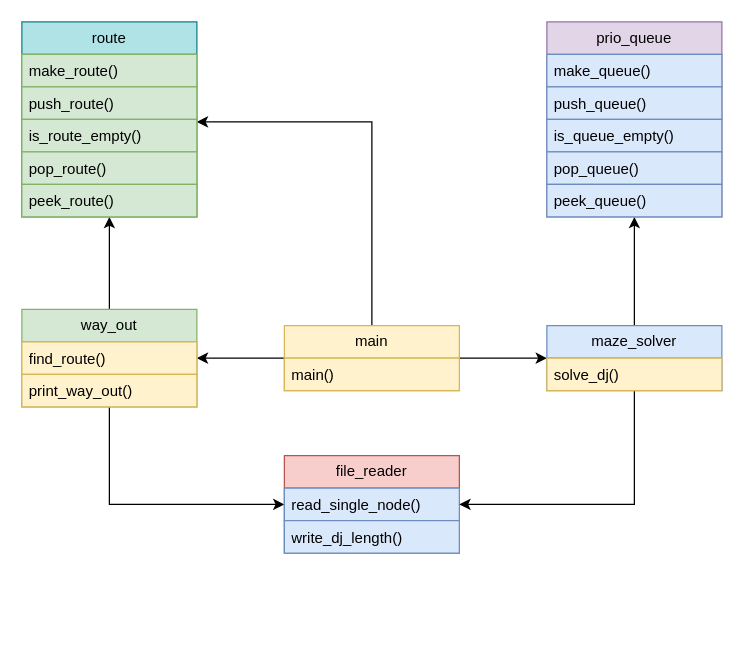
Above: modules.drawio in ATTWGRAT/A-MAZE-ING (draw.io), before the change. Source tidied: cells renumbered, new cells numbered last; positions are measured from the earlier drawing's top-left corner, leaving out a move shared by most shapes. Both pictures are drawn from the tidied source at 125%, with x=0, y=0 at pixel (21, 21).
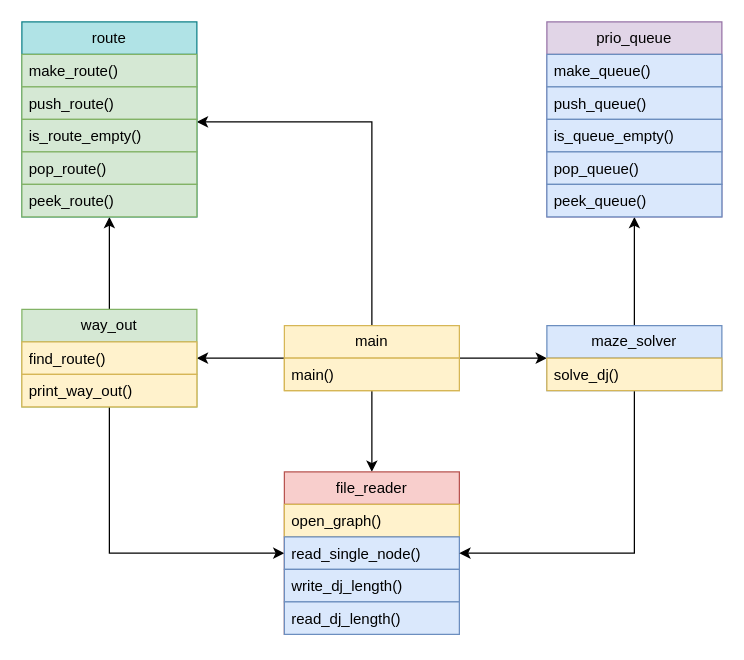
The same diagram, later.

Unchanged cells that the change refers to:
```xml
<mxCell id="5" value="main" style="swimlane;fontStyle=0;horizontal=1;startSize=26;fillColor=#fff2cc;whiteSpace=wrap;html=1;strokeColor=#d6b656;" parent="1" vertex="1">
  <mxGeometry x="210" y="243" width="140" height="52" as="geometry" />
</mxCell>
<mxCell id="9" value="way_out" style="swimlane;fontStyle=0;horizontal=1;startSize=26;fillColor=#d5e8d4;whiteSpace=wrap;html=1;strokeColor=#82b366;" parent="1" vertex="1">
  <mxGeometry y="230" width="140" height="78" as="geometry" />
</mxCell>
```

The edit, as a diff of the source:
```diff
@@
+    <mxCell id="31" style="edgeStyle=orthogonalEdgeStyle;rounded=0;jettySize=auto;html=1;" parent="1" edge="1" source="5" target="18">
+      <mxGeometry relative="1" as="geometry" />
+    </mxCell>
@@
     <mxCell id="8" style="edgeStyle=orthogonalEdgeStyle;rounded=0;jettySize=auto;html=1;" parent="1" edge="1" source="9" target="19">
-      <mxGeometry relative="1" as="geometry">
-        <Array as="points">
-          <mxPoint x="70" y="386" />
-        </Array>
-      </mxGeometry>
+      <mxGeometry relative="1" as="geometry" />
     </mxCell>
@@
     <mxCell id="18" value="file_reader" style="swimlane;fontStyle=0;horizontal=1;startSize=26;fillColor=#f8cecc;whiteSpace=wrap;html=1;strokeColor=#b85450;" parent="1" vertex="1">
-      <mxGeometry x="210" y="347" width="140" height="78" as="geometry" />
+      <mxGeometry x="210" y="360" width="140" height="130" as="geometry" />
     </mxCell>
+    <mxCell id="32" value="open_graph()" style="text;strokeColor=#d6b656;fillColor=#fff2cc;align=left;verticalAlign=top;spacingLeft=4;spacingRight=4;overflow=hidden;whiteSpace=wrap;html=1;" parent="18" vertex="1">
+      <mxGeometry y="26" width="140" height="26" as="geometry" />
+    </mxCell>
     <mxCell id="19" value="read_single_node()" style="text;strokeColor=#6c8ebf;fillColor=#dae8fc;align=left;verticalAlign=top;spacingLeft=4;spacingRight=4;overflow=hidden;points=[[0,0.5],[1,0.5]];portConstraint=eastwest;whiteSpace=wrap;html=1;" parent="18" vertex="1">
-      <mxGeometry y="26" width="140" height="26" as="geometry" />
+      <mxGeometry y="52" width="140" height="26" as="geometry" />
     </mxCell>
     <mxCell id="20" value="write_dj_length()" style="text;strokeColor=#6c8ebf;fillColor=#dae8fc;align=left;verticalAlign=top;spacingLeft=4;spacingRight=4;overflow=hidden;whiteSpace=wrap;html=1;" parent="18" vertex="1">
-      <mxGeometry y="52" width="140" height="26" as="geometry" />
+      <mxGeometry y="78" width="140" height="26" as="geometry" />
     </mxCell>
+    <mxCell id="33" value="read_dj_length()" style="text;strokeColor=#6c8ebf;fillColor=#dae8fc;align=left;verticalAlign=top;spacingLeft=4;spacingRight=4;overflow=hidden;whiteSpace=wrap;html=1;" parent="18" vertex="1">
+      <mxGeometry y="104" width="140" height="26" as="geometry" />
+    </mxCell>
```
